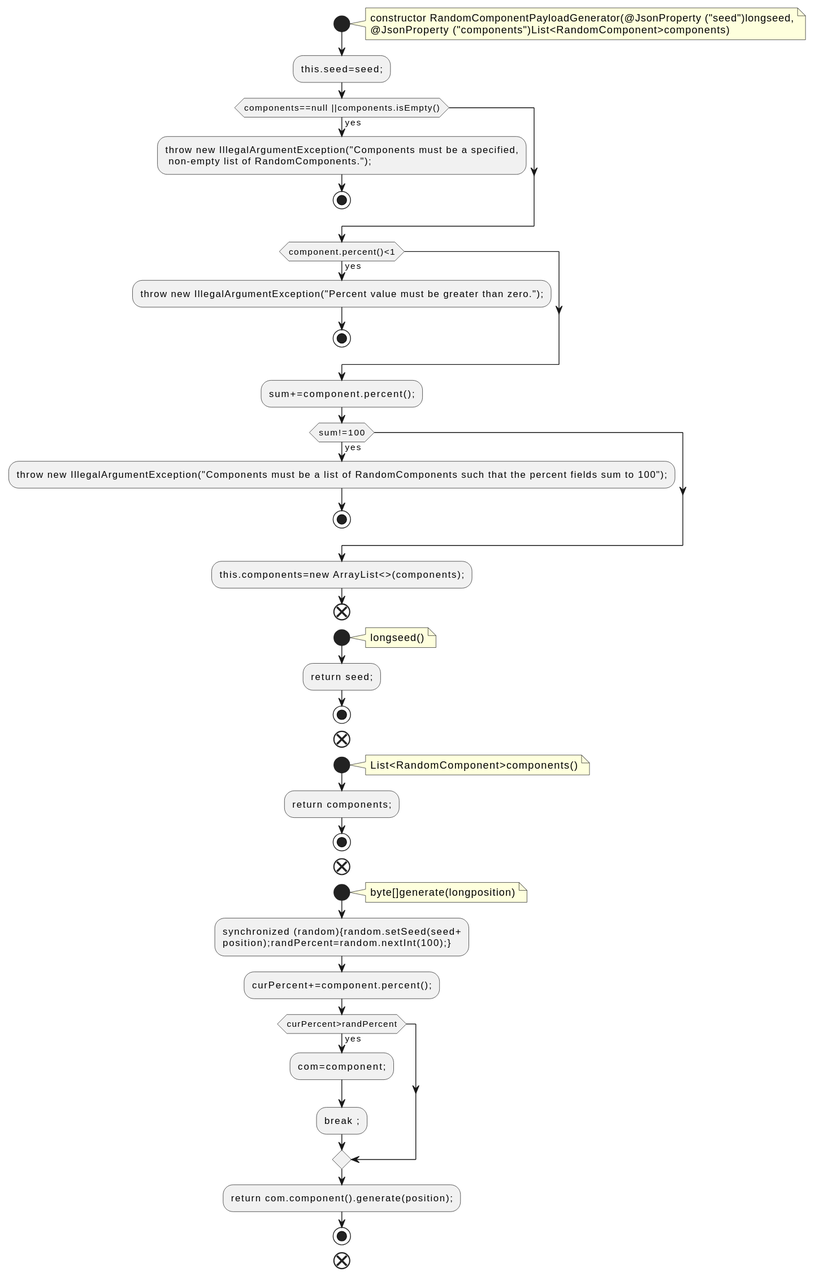
Above: docs/qc/trogdor/src/main/java/org/apache/kafka/trogdor/workload/RandomComponentPayloadGenerator.java.fct.svg in qualitesys/kafka (PlantUML), before the change.
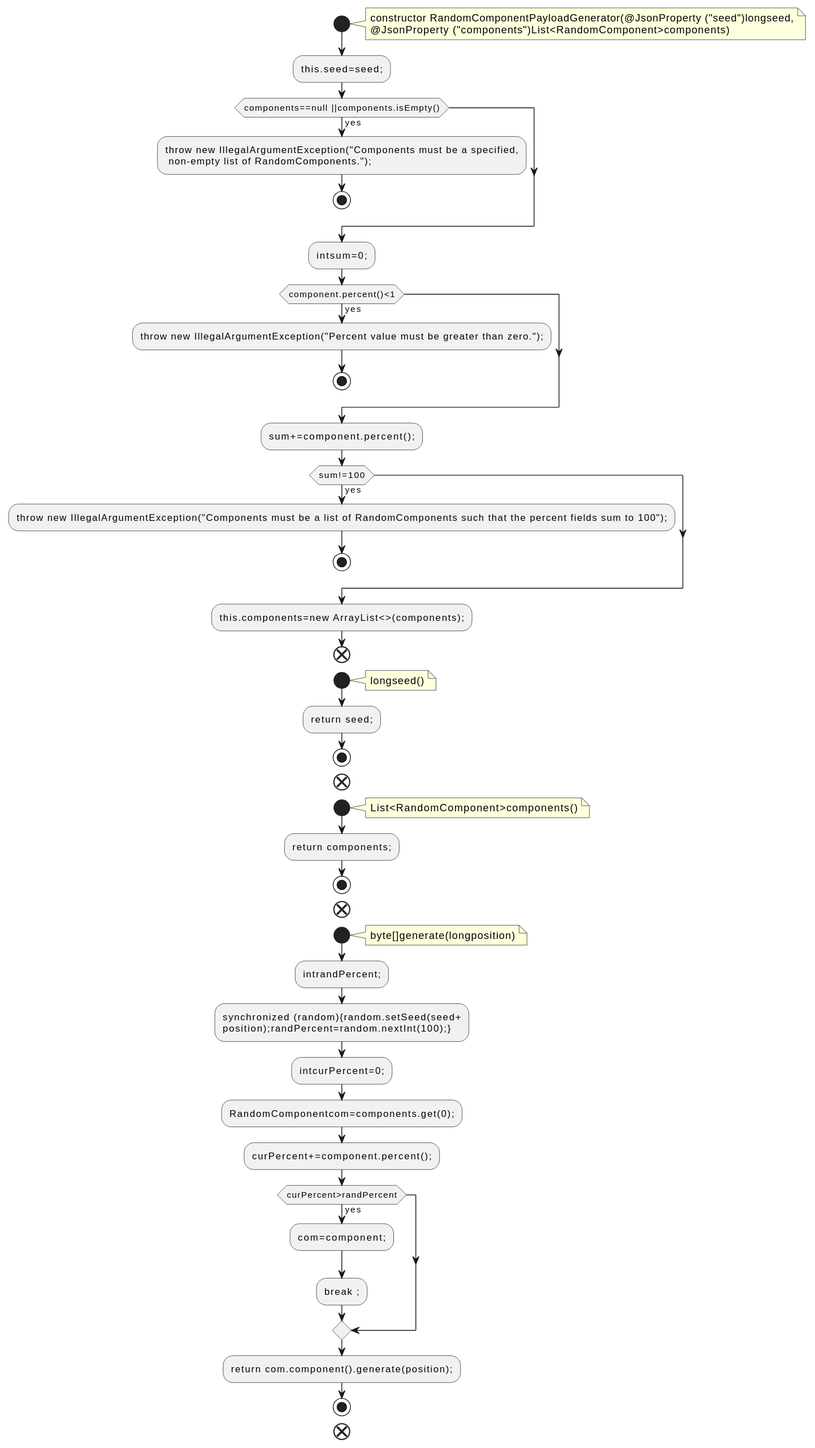
The same file after the commit.

Change to the diagram source:
```diff
@@ -11,6 +11,7 @@
  non-empty list of RandomComponents.");;
 stop
 endif
+:intsum=0;;
 if (component.percent()<1) then (yes)
 :throw new IllegalArgumentException("Percent value must be greater than zero.");;
 stop
@@ -40,8 +41,11 @@
 note right
 byte[]generate(longposition)
 end note
+:intrandPercent;;
 :synchronized (random){random.setSeed(seed+
 position);randPercent=random.nextInt(100);};
+:intcurPercent=0;;
+:RandomComponentcom=components.get(0);;
 :curPercent+=component.percent();;
 if (curPercent>randPercent) then (yes)
 :com=component;;
```
